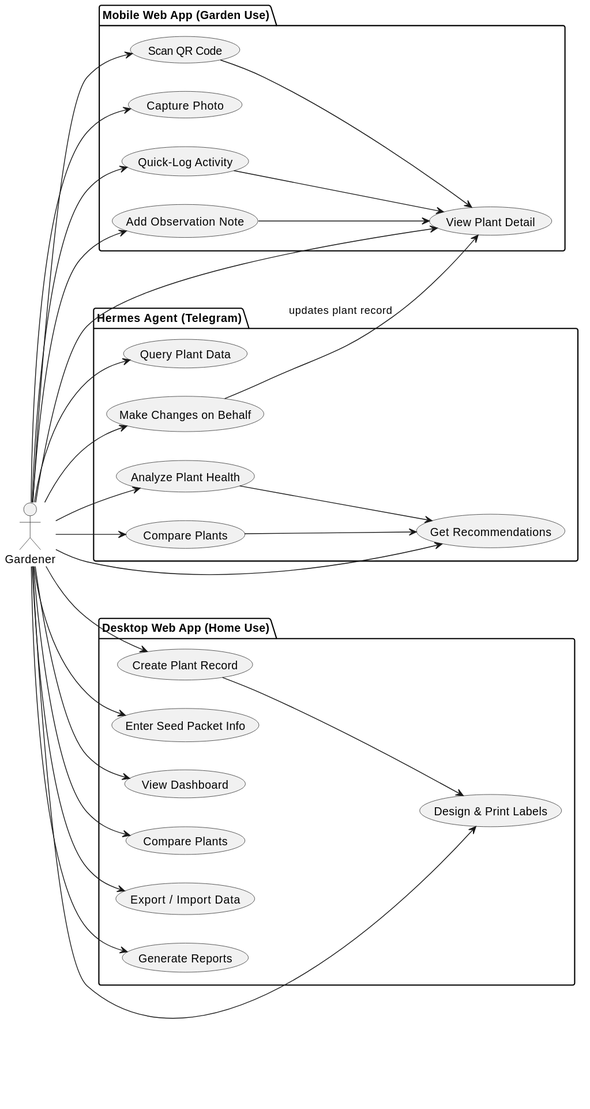
Above: knowledge/ui-design/04-use-cases.svg in geraldthewes/plant-tracking (PlantUML), before the change.
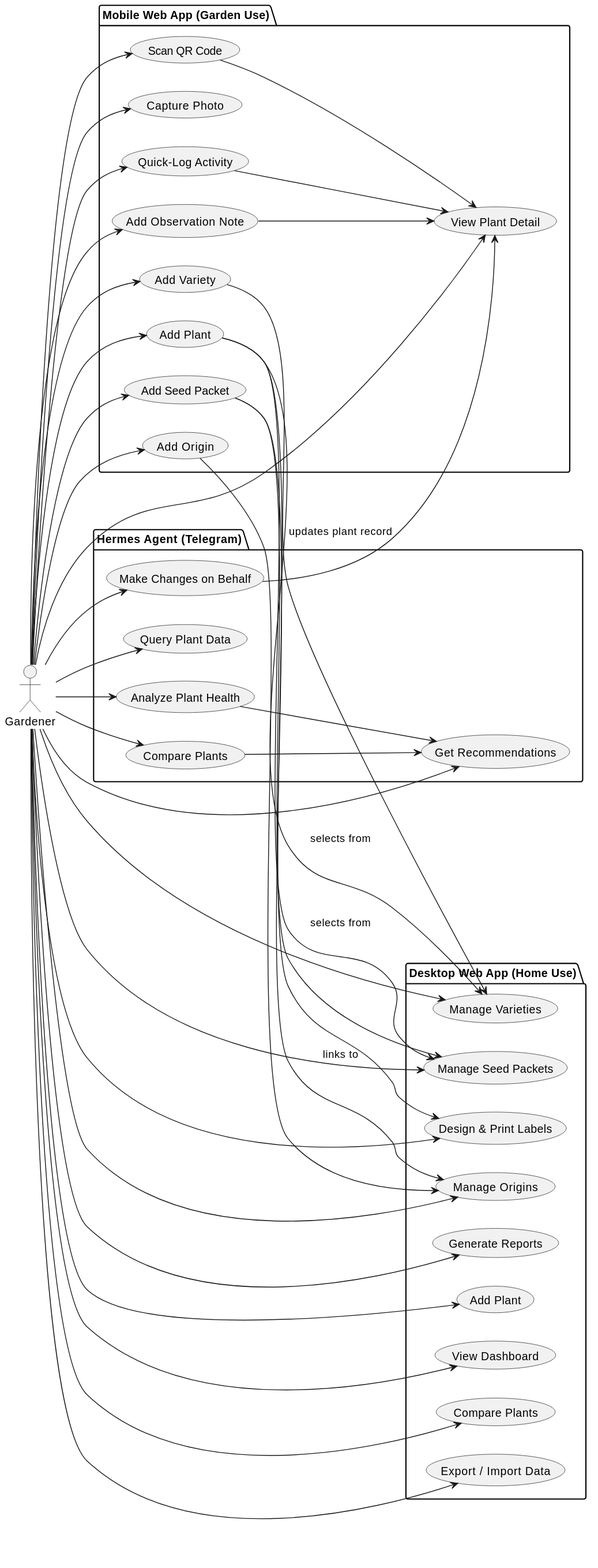
Above is the later version.

Commit message:
docs: add varieties, seed packets, and origins management screens to UI design

The edit, as a diff of the source:
```diff
@@ -8,11 +8,17 @@
   usecase (Quick-Log Activity) as uc_quicklog
   usecase (View Plant Detail) as uc_detail
   usecase (Add Observation Note) as uc_note
+  usecase (Add Plant) as uc_addplant
+  usecase (Add Variety) as uc_addvariety
+  usecase (Add Seed Packet) as uc_addpacket
+  usecase (Add Origin) as uc_addorigin
 }
 
 package "Desktop Web App (Home Use)" {
-  usecase (Create Plant Record) as uc_create
-  usecase (Enter Seed Packet Info) as uc_seed
+  usecase (Manage Varieties) as uc_varieties
+  usecase (Manage Seed Packets) as uc_packets
+  usecase (Manage Origins) as uc_origins
+  usecase (Add Plant) as uc_create
   usecase (Design & Print Labels) as uc_label
   usecase (View Dashboard) as uc_dashboard
   usecase (Compare Plants) as uc_compare
@@ -33,8 +39,14 @@
 g --> uc_quicklog
 g --> uc_detail
 g --> uc_note
+g --> uc_addplant
+g --> uc_addvariety
+g --> uc_addpacket
+g --> uc_addorigin
+g --> uc_varieties
+g --> uc_packets
+g --> uc_origins
 g --> uc_create
-g --> uc_seed
 g --> uc_label
 g --> uc_dashboard
 g --> uc_compare
@@ -48,7 +60,13 @@
 
 uc_scan --> uc_detail
 uc_quicklog --> uc_detail
-uc_create --> uc_label
+uc_addplant --> uc_varieties : selects from
+uc_addplant --> uc_packets : selects from
+uc_addplant --> uc_label
+uc_addvariety --> uc_varieties
+uc_addpacket --> uc_packets
+uc_addpacket --> uc_origins : links to
+uc_addorigin --> uc_origins
 uc_analyze --> uc_recommend
 uc_hcompare --> uc_recommend
 uc_change --> uc_detail : updates plant record
```
